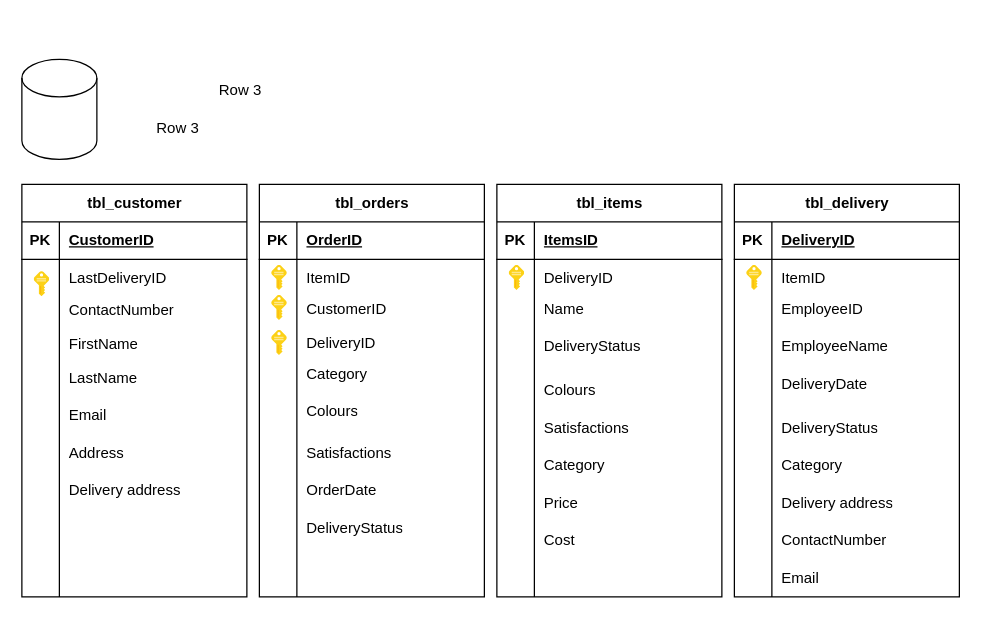
This is Untitled Diagram.drawio from jkaewprateep/Diagrams, a draw.io file, before an edit. Source tidied: cells renumbered, new cells numbered last; positions are measured from the earlier drawing's top-left corner, leaving out a move shared by most shapes. Both pictures are drawn from the tidied source at 125%, with x=0, y=0 at pixel (21, 59).
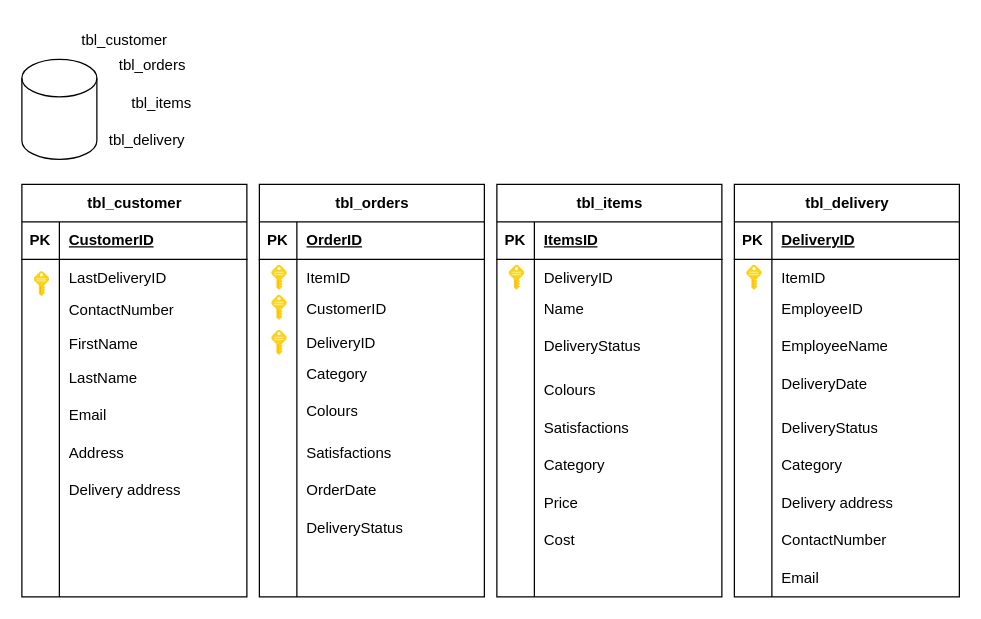
Above is the later version.

The edit, as a diff of the source:
```diff
@@
-    <mxCell id="3" value="Row 3" style="shape=partialRectangle;fillColor=none;top=0;left=0;bottom=0;right=0;align=left;spacingLeft=6;overflow=hidden;whiteSpace=wrap;html=1;" parent="1" vertex="1">
-      <mxGeometry x="100" y="40" width="150" height="30" as="geometry" />
-    </mxCell>
@@
-    <mxCell id="30" value="Row 3" style="shape=partialRectangle;fillColor=none;top=0;left=0;bottom=0;right=0;align=left;spacingLeft=6;overflow=hidden;whiteSpace=wrap;html=1;" parent="1" vertex="1">
-      <mxGeometry x="150" y="10" width="150" height="30" as="geometry" />
+    <mxCell id="30" value="tbl_customer" style="shape=partialRectangle;fillColor=none;top=0;left=0;bottom=0;right=0;align=left;spacingLeft=6;overflow=hidden;whiteSpace=wrap;html=1;" parent="1" vertex="1">
+      <mxGeometry x="40" y="-30" width="150" height="30" as="geometry" />
     </mxCell>
@@
+    <mxCell id="95" value="tbl_orders" style="shape=partialRectangle;fillColor=none;top=0;left=0;bottom=0;right=0;align=left;spacingLeft=6;overflow=hidden;whiteSpace=wrap;html=1;" parent="1" vertex="1">
+      <mxGeometry x="70" y="-10" width="150" height="30" as="geometry" />
+    </mxCell>
+    <mxCell id="96" value="tbl_items" style="shape=partialRectangle;fillColor=none;top=0;left=0;bottom=0;right=0;align=left;spacingLeft=6;overflow=hidden;whiteSpace=wrap;html=1;" parent="1" vertex="1">
+      <mxGeometry x="80" y="20" width="150" height="30" as="geometry" />
+    </mxCell>
+    <mxCell id="97" value="tbl_delivery" style="shape=partialRectangle;fillColor=none;top=0;left=0;bottom=0;right=0;align=left;spacingLeft=6;overflow=hidden;whiteSpace=wrap;html=1;" parent="1" vertex="1">
+      <mxGeometry x="62.4" y="50" width="150" height="30" as="geometry" />
+    </mxCell>
```
